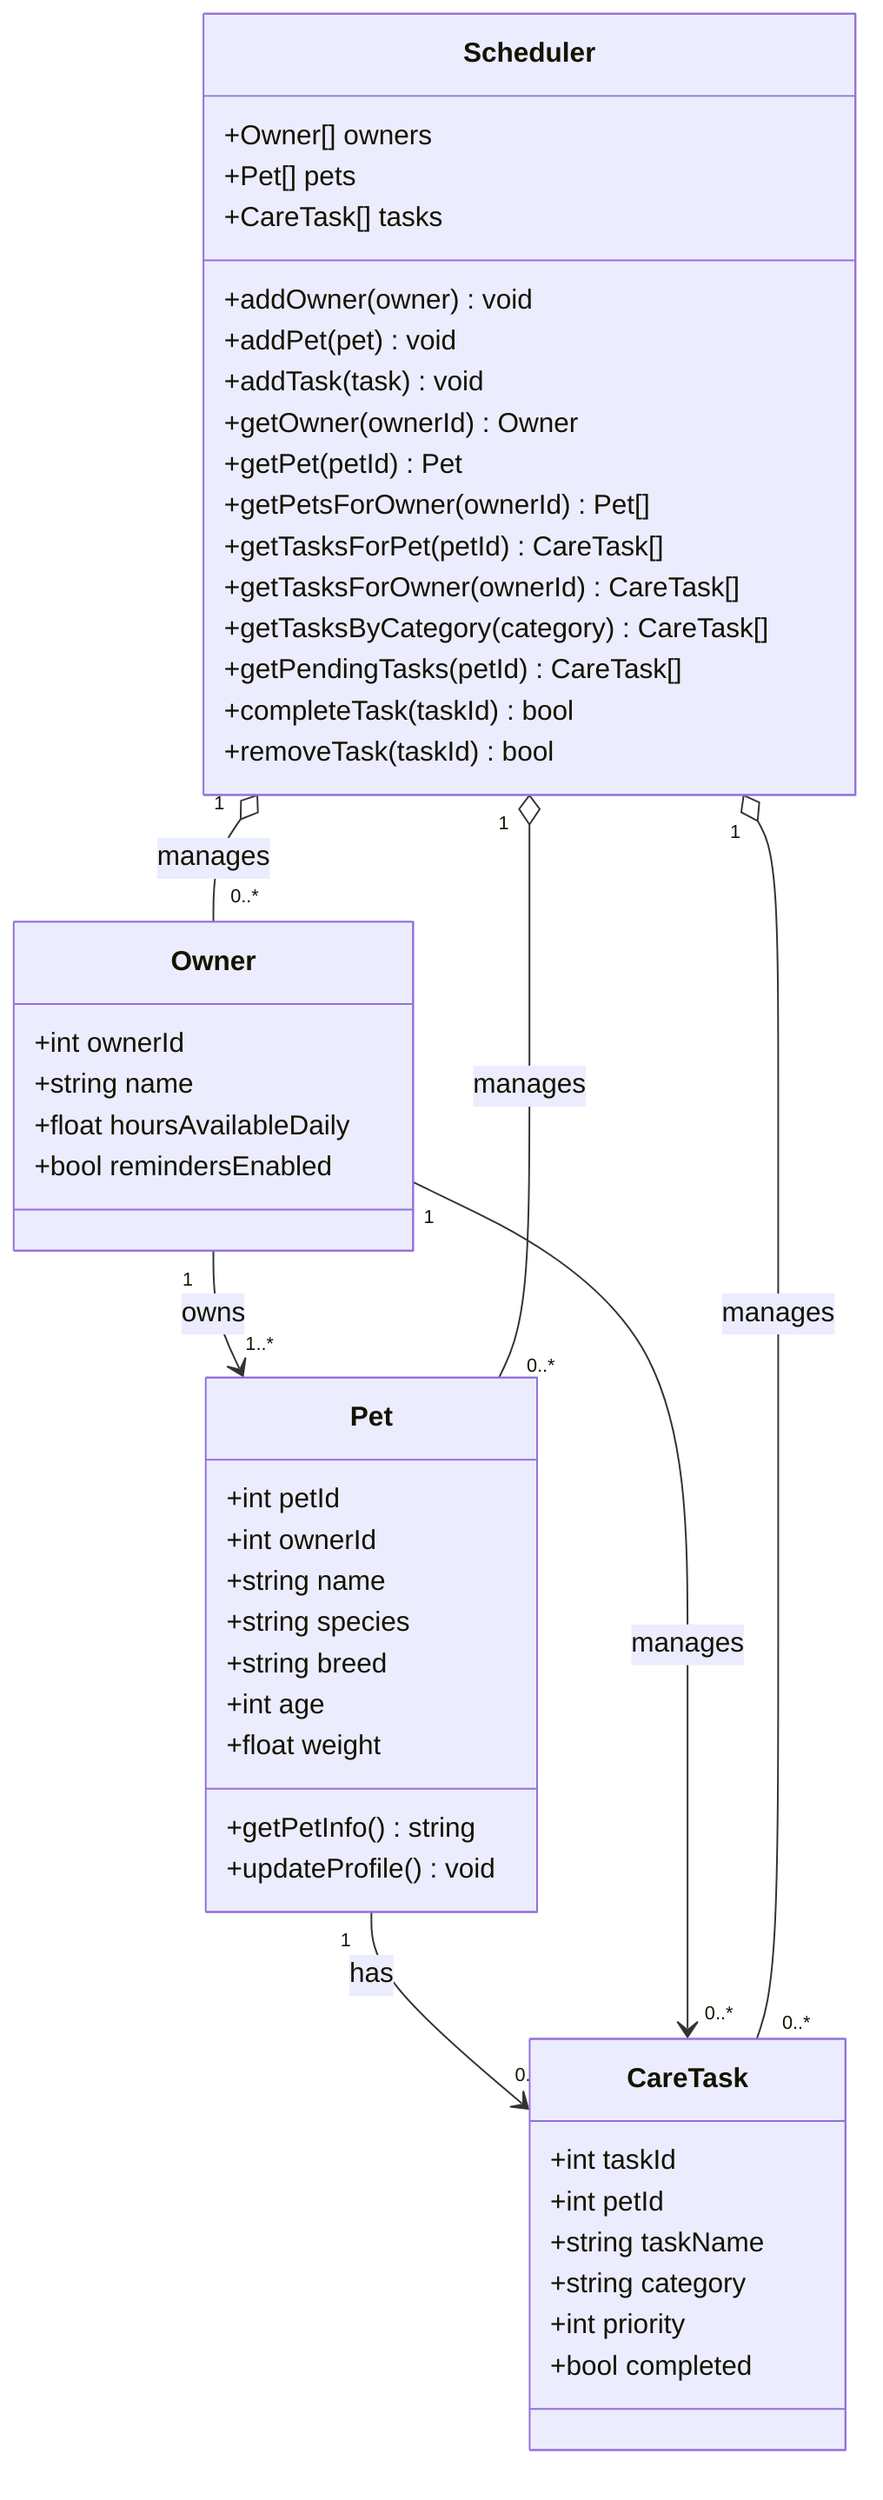
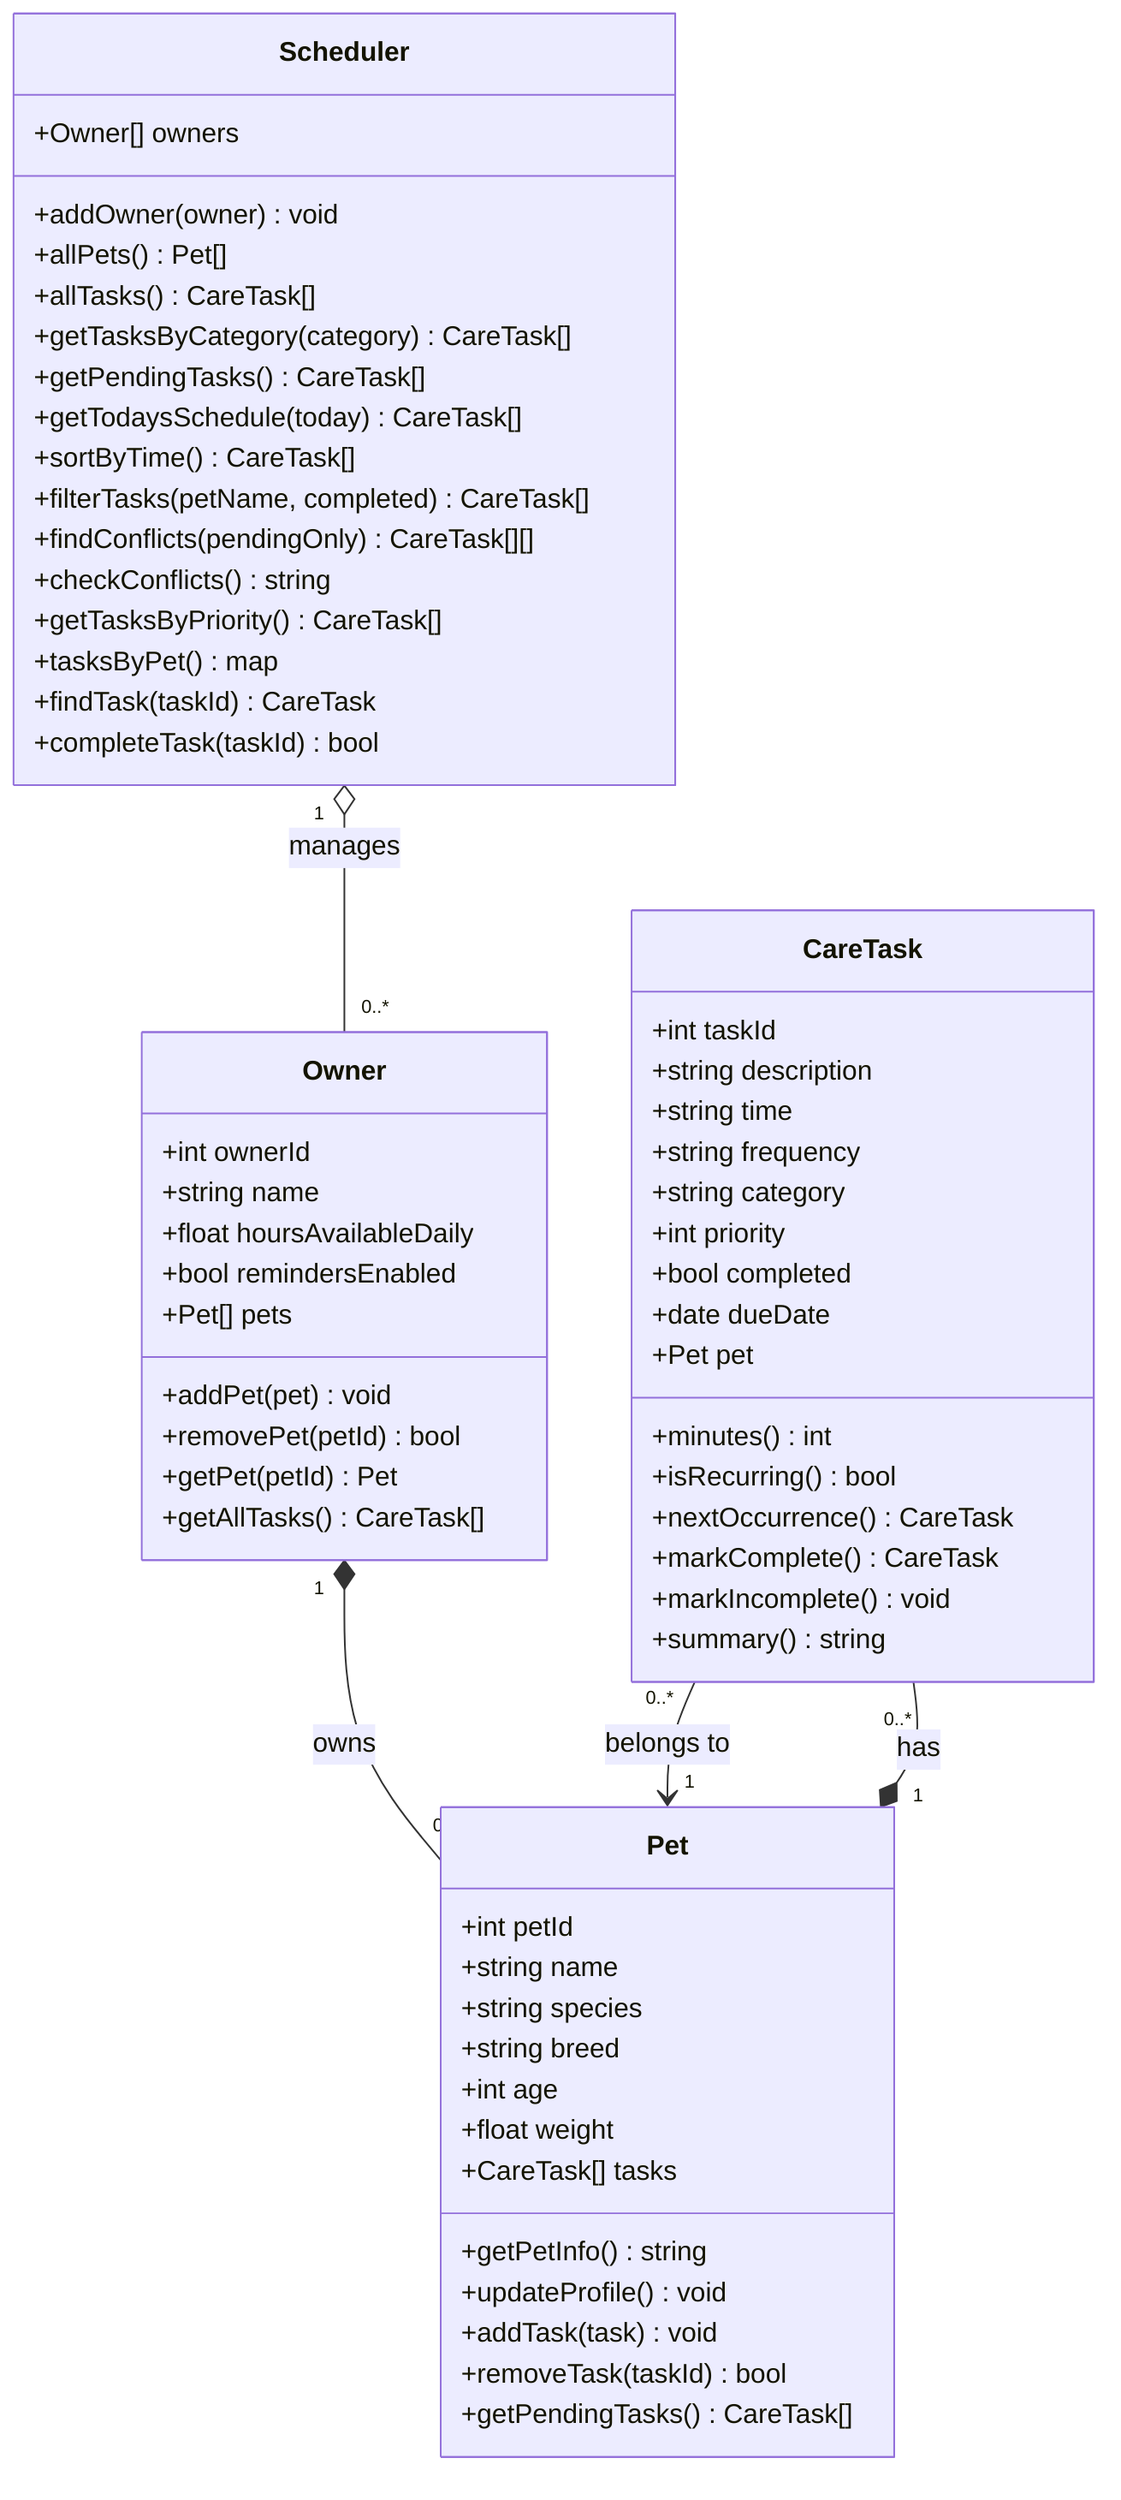
classDiagram
    %% PawPal+ class diagram

+     class CareTask {
+         +int taskId
+         +string description
+         +string time
+         +string frequency
+         +string category
+         +int priority
+         +bool completed
+         +date dueDate
+         +Pet pet
+         +minutes() int
+         +isRecurring() bool
+         +nextOccurrence() CareTask
+         +markComplete() CareTask
+         +markIncomplete() void
+         +summary() string
+     }
+ 
    class Pet {
        +int petId
-         +int ownerId
        +string name
        +string species
        +string breed
        +int age
        +float weight
+         +CareTask[] tasks
        +getPetInfo() string
        +updateProfile() void
+         +addTask(task) void
+         +removeTask(taskId) bool
+         +getPendingTasks() CareTask[]
    }

    class Owner {
        +int ownerId
        +string name
        +float hoursAvailableDaily
        +bool remindersEnabled
-     }
- 
-     class CareTask {
-         +int taskId
-         +int petId
-         +string taskName
-         +string category
-         +int priority
-         +bool completed
+         +Pet[] pets
+         +addPet(pet) void
+         +removePet(petId) bool
+         +getPet(petId) Pet
+         +getAllTasks() CareTask[]
    }

    class Scheduler {
        +Owner[] owners
-         +Pet[] pets
-         +CareTask[] tasks
        +addOwner(owner) void
-         +addPet(pet) void
-         +addTask(task) void
-         +getOwner(ownerId) Owner
-         +getPet(petId) Pet
-         +getPetsForOwner(ownerId) Pet[]
-         +getTasksForPet(petId) CareTask[]
-         +getTasksForOwner(ownerId) CareTask[]
+         +allPets() Pet[]
+         +allTasks() CareTask[]
        +getTasksByCategory(category) CareTask[]
-         +getPendingTasks(petId) CareTask[]
+         +getPendingTasks() CareTask[]
+         +getTodaysSchedule(today) CareTask[]
+         +sortByTime() CareTask[]
+         +filterTasks(petName, completed) CareTask[]
+         +findConflicts(pendingOnly) CareTask[][]
+         +checkConflicts() string
+         +getTasksByPriority() CareTask[]
+         +tasksByPet() map
+         +findTask(taskId) CareTask
        +completeTask(taskId) bool
-         +removeTask(taskId) bool
    }

-     Owner "1" --> "1..*" Pet : owns
-     Pet "1" --> "0..*" CareTask : has
-     Owner "1" --> "0..*" CareTask : manages
    Scheduler "1" o-- "0..*" Owner : manages
-     Scheduler "1" o-- "0..*" Pet : manages
-     Scheduler "1" o-- "0..*" CareTask : manages
+     Owner "1" *-- "0..*" Pet : owns
+     Pet "1" *-- "0..*" CareTask : has
+     CareTask "0..*" --> "1" Pet : belongs to
